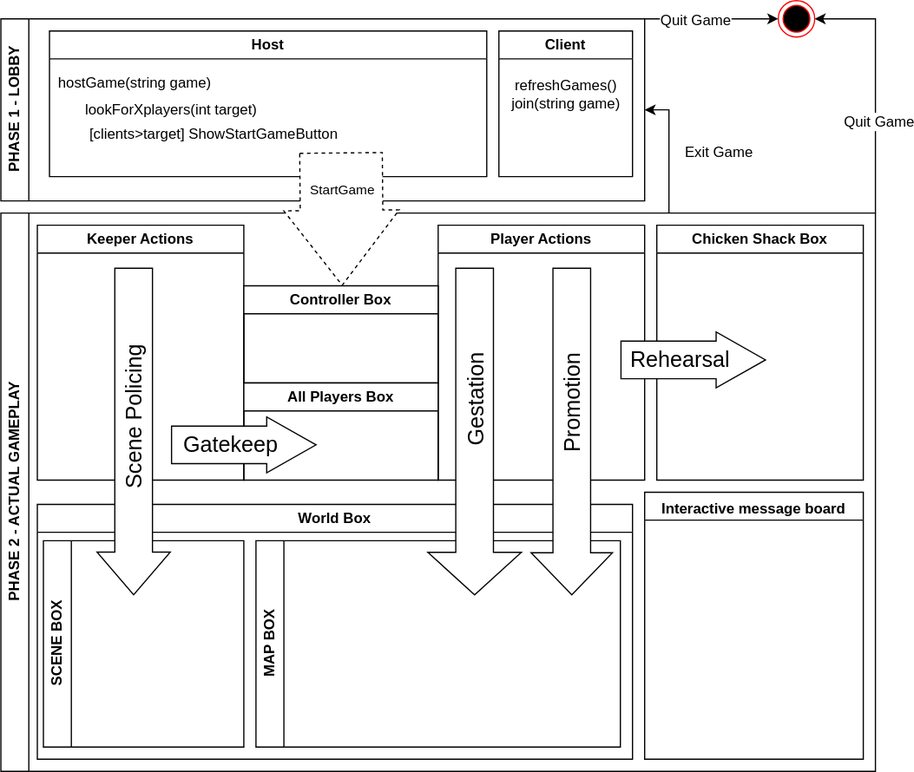
Earlier version of the draw.io export TheProspector/Assets/Schematics/StateMachine.svg (SakuNurmiranta/TheProspector). Source tidied: cells renumbered, new cells last; positions are measured from the earlier drawing's top-left corner, leaving out a move shared by most shapes. Source of this version:
```xml
<mxGraphModel>
  <root>
    <mxCell id="0" />
    <mxCell id="1" parent="0" />
    <mxCell id="2" value="Chicken Shack Box" style="swimlane;whiteSpace=wrap;html=1;" parent="1" vertex="1">
      <mxGeometry x="540" y="185" width="170" height="210" as="geometry" />
    </mxCell>
    <mxCell id="3" style="edgeStyle=orthogonalEdgeStyle;rounded=0;jettySize=auto;html=1;entryX=0;entryY=0.5;entryDx=0;entryDy=0;fontFamily=Helvetica;fontSize=12;fontColor=default;" parent="1" edge="1" source="5" target="39">
      <mxGeometry relative="1" as="geometry">
        <Array as="points">
          <mxPoint x="560" y="15" />
          <mxPoint x="560" y="15" />
        </Array>
      </mxGeometry>
    </mxCell>
    <mxCell id="4" value="Quit Game" style="edgeLabel;html=1;align=center;verticalAlign=middle;fontSize=12;fontFamily=Helvetica;fontColor=default;" parent="3" vertex="1">
      <mxGeometry x="-0.25" y="-1" relative="1" as="geometry" />
    </mxCell>
    <mxCell id="5" value="PHASE 1 - LOBBY" style="swimlane;horizontal=0;whiteSpace=wrap;html=1;" parent="1" vertex="1">
      <mxGeometry y="15" width="530" height="150" as="geometry" />
    </mxCell>
    <mxCell id="6" value="Host" style="swimlane;whiteSpace=wrap;html=1;" parent="5" vertex="1">
      <mxGeometry x="40" y="10" width="360" height="120" as="geometry" />
    </mxCell>
    <mxCell id="7" value="[clients&amp;gt;target] ShowStartGameButton" style="text;html=1;align=center;verticalAlign=middle;strokeColor=none;fillColor=none;" parent="6" vertex="1">
      <mxGeometry x="20" y="70" width="230" height="30" as="geometry" />
    </mxCell>
    <mxCell id="8" value="lookForXplayers(int target)" style="text;html=1;align=center;verticalAlign=middle;strokeColor=none;fillColor=none;" parent="6" vertex="1">
      <mxGeometry x="20" y="50" width="160" height="30" as="geometry" />
    </mxCell>
    <mxCell id="9" value="hostGame(string game)" style="text;html=1;align=center;verticalAlign=middle;strokeColor=none;fillColor=none;" parent="6" vertex="1">
      <mxGeometry x="-5" y="28" width="150" height="30" as="geometry" />
    </mxCell>
    <mxCell id="10" value="Client" style="swimlane;whiteSpace=wrap;html=1;startSize=23;" parent="5" vertex="1">
      <mxGeometry x="410" y="10" width="110" height="120" as="geometry" />
    </mxCell>
    <mxCell id="11" value="join(string game)" style="text;html=1;align=center;verticalAlign=middle;strokeColor=none;fillColor=none;" parent="10" vertex="1">
      <mxGeometry y="45" width="110" height="30" as="geometry" />
    </mxCell>
    <mxCell id="12" value="refreshGames()" style="text;html=1;align=center;verticalAlign=middle;strokeColor=none;fillColor=none;" parent="10" vertex="1">
      <mxGeometry y="30" width="110" height="30" as="geometry" />
    </mxCell>
    <mxCell id="13" style="edgeStyle=orthogonalEdgeStyle;rounded=0;jettySize=auto;html=1;entryX=1;entryY=0.5;entryDx=0;entryDy=0;fontFamily=Helvetica;fontSize=12;fontColor=default;" parent="1" edge="1" source="15" target="5">
      <mxGeometry relative="1" as="geometry">
        <Array as="points">
          <mxPoint x="550" y="90" />
        </Array>
      </mxGeometry>
    </mxCell>
    <mxCell id="14" value="Exit Game" style="edgeLabel;html=1;align=center;verticalAlign=middle;fontSize=12;fontFamily=Helvetica;fontColor=default;" parent="13" vertex="1">
      <mxGeometry x="-0.2" y="2" relative="1" as="geometry">
        <mxPoint x="42" y="-9" as="offset" />
      </mxGeometry>
    </mxCell>
    <mxCell id="15" value="PHASE 2 - ACTUAL GAMEPLAY" style="swimlane;horizontal=0;whiteSpace=wrap;html=1;" parent="1" vertex="1">
      <mxGeometry y="175" width="720" height="460" as="geometry" />
    </mxCell>
    <mxCell id="16" value="Player Actions" style="swimlane;whiteSpace=wrap;html=1;" parent="15" vertex="1">
      <mxGeometry x="360" y="10" width="170" height="210" as="geometry" />
    </mxCell>
    <mxCell id="17" value="World Box" style="swimlane;whiteSpace=wrap;html=1;" parent="15" vertex="1">
      <mxGeometry x="30" y="240" width="490" height="210" as="geometry" />
    </mxCell>
    <mxCell id="18" value="MAP BOX" style="swimlane;horizontal=0;whiteSpace=wrap;html=1;" parent="17" vertex="1">
      <mxGeometry x="180" y="30" width="300" height="170" as="geometry" />
    </mxCell>
    <mxCell id="19" style="shape=flexArrow;endArrow=classic;html=1;rounded=0;endWidth=45;endSize=11.33;width=31;fillColor=default;" parent="18" edge="1">
      <mxGeometry relative="1" as="geometry">
        <mxPoint x="180" y="-225" as="sourcePoint" />
        <mxPoint x="180" y="45" as="targetPoint" />
      </mxGeometry>
    </mxCell>
    <mxCell id="20" value="Gestation" style="edgeLabel;html=1;align=center;verticalAlign=middle;rotation=-90;fontSize=18;" parent="19" vertex="1">
      <mxGeometry x="-0.32" y="1" relative="1" as="geometry">
        <mxPoint y="18" as="offset" />
      </mxGeometry>
    </mxCell>
    <mxCell id="21" style="group;" parent="18" vertex="1">
      <mxGeometry x="260" y="-225" width="8.8" height="270" as="geometry" />
    </mxCell>
    <mxCell id="22" style="shape=flexArrow;endArrow=classic;html=1;rounded=0;endWidth=35;endSize=11.2;width=31;fillColor=default;" parent="21" edge="1">
      <mxGeometry relative="1" as="geometry">
        <mxPoint as="sourcePoint" />
        <mxPoint y="270" as="targetPoint" />
      </mxGeometry>
    </mxCell>
    <mxCell id="23" value="Promotion" style="edgeLabel;html=1;align=center;verticalAlign=middle;rotation=-90;fontSize=18;" parent="21" vertex="1">
      <mxGeometry x="2.8" y="118" as="geometry">
        <mxPoint x="6" y="-3" as="offset" />
      </mxGeometry>
    </mxCell>
    <mxCell id="24" value="SCENE BOX" style="swimlane;horizontal=0;whiteSpace=wrap;html=1;" parent="17" vertex="1">
      <mxGeometry x="5" y="30" width="165" height="170" as="geometry" />
    </mxCell>
    <mxCell id="25" value="Keeper Actions" style="swimlane;whiteSpace=wrap;html=1;" parent="15" vertex="1">
      <mxGeometry x="30" y="10" width="170" height="210" as="geometry" />
    </mxCell>
    <mxCell id="26" style="shape=flexArrow;endArrow=classic;html=1;rounded=0;endWidth=28.333333333333336;endSize=11.391666666666667;width=31;fillColor=default;" parent="25" edge="1">
      <mxGeometry relative="1" as="geometry">
        <mxPoint x="79.3" y="35" as="sourcePoint" />
        <mxPoint x="79.3" y="305" as="targetPoint" />
      </mxGeometry>
    </mxCell>
    <mxCell id="27" value="Scene Policing" style="edgeLabel;html=1;align=center;verticalAlign=middle;rotation=-90;fontSize=18;" parent="26" vertex="1">
      <mxGeometry x="-0.32" y="1" relative="1" as="geometry">
        <mxPoint x="-1" y="32" as="offset" />
      </mxGeometry>
    </mxCell>
    <mxCell id="28" style="shape=flexArrow;endArrow=classic;html=1;rounded=0;fillColor=default;endWidth=26;endSize=20.23;width=68;strokeColor=default;dashed=1;" parent="15" edge="1">
      <mxGeometry relative="1" as="geometry">
        <mxPoint x="280" y="-50" as="sourcePoint" />
        <mxPoint x="281" y="60" as="targetPoint" />
      </mxGeometry>
    </mxCell>
    <mxCell id="29" value="StartGame" style="edgeLabel;html=1;align=center;verticalAlign=middle;" parent="28" vertex="1">
      <mxGeometry x="-0.47" y="-12" relative="1" as="geometry">
        <mxPoint x="12" y="1" as="offset" />
      </mxGeometry>
    </mxCell>
    <mxCell id="30" value="Controller Box" style="swimlane;whiteSpace=wrap;html=1;" parent="15" vertex="1">
      <mxGeometry x="200" y="60" width="160" height="80" as="geometry" />
    </mxCell>
    <mxCell id="31" value="All Players Box" style="swimlane;whiteSpace=wrap;html=1;" parent="15" vertex="1">
      <mxGeometry x="200" y="140" width="160" height="80" as="geometry" />
    </mxCell>
    <mxCell id="32" style="group;" parent="31" vertex="1">
      <mxGeometry x="-60" y="50" width="120" height="1" as="geometry" />
    </mxCell>
    <mxCell id="33" style="shape=flexArrow;endArrow=classic;html=1;rounded=0;endWidth=14;endSize=13.22;width=31;fillColor=default;" parent="32" edge="1">
      <mxGeometry relative="1" as="geometry">
        <mxPoint y="1" as="sourcePoint" />
        <mxPoint x="120" y="1" as="targetPoint" />
      </mxGeometry>
    </mxCell>
    <mxCell id="34" value="Gatekeep" style="edgeLabel;html=1;align=center;verticalAlign=middle;rotation=0;fontSize=18;" parent="32" vertex="1">
      <mxGeometry x="43.3" as="geometry">
        <mxPoint x="5" as="offset" />
      </mxGeometry>
    </mxCell>
    <mxCell id="35" style="group;" parent="15" vertex="1">
      <mxGeometry x="510" y="120" width="120" height="1" as="geometry" />
    </mxCell>
    <mxCell id="36" style="shape=flexArrow;endArrow=classic;html=1;rounded=0;endWidth=14;endSize=13.22;width=31;fillColor=default;" parent="35" edge="1">
      <mxGeometry relative="1" as="geometry">
        <mxPoint y="1" as="sourcePoint" />
        <mxPoint x="120" y="1" as="targetPoint" />
      </mxGeometry>
    </mxCell>
    <mxCell id="37" value="Rehearsal" style="edgeLabel;html=1;align=center;verticalAlign=middle;rotation=0;fontSize=18;" parent="35" vertex="1">
      <mxGeometry x="43.3" as="geometry">
        <mxPoint x="5" as="offset" />
      </mxGeometry>
    </mxCell>
    <mxCell id="38" value="Interactive message board" style="swimlane;whiteSpace=wrap;html=1;align=center;verticalAlign=top;fontFamily=Helvetica;fontSize=12;fontColor=default;fillColor=none;gradientColor=none;" parent="15" vertex="1">
      <mxGeometry x="530" y="230" width="180" height="220" as="geometry" />
    </mxCell>
    <mxCell id="39" style="ellipse;html=1;shape=endState;fillColor=#000000;strokeColor=#ff0000;align=center;verticalAlign=top;fontFamily=Helvetica;fontSize=12;fontColor=default;" parent="1" vertex="1">
      <mxGeometry x="640" width="30" height="30" as="geometry" />
    </mxCell>
    <mxCell id="40" style="edgeStyle=orthogonalEdgeStyle;rounded=0;jettySize=auto;html=1;entryX=1;entryY=0.5;entryDx=0;entryDy=0;fontFamily=Helvetica;fontSize=12;fontColor=default;" parent="1" edge="1" source="15" target="39">
      <mxGeometry relative="1" as="geometry">
        <Array as="points">
          <mxPoint x="720" y="15" />
        </Array>
      </mxGeometry>
    </mxCell>
    <mxCell id="41" value="Quit Game" style="edgeLabel;html=1;align=center;verticalAlign=middle;fontSize=12;fontFamily=Helvetica;fontColor=default;" parent="40" vertex="1">
      <mxGeometry x="-0.28" y="-2" relative="1" as="geometry" />
    </mxCell>
  </root>
</mxGraphModel>
```
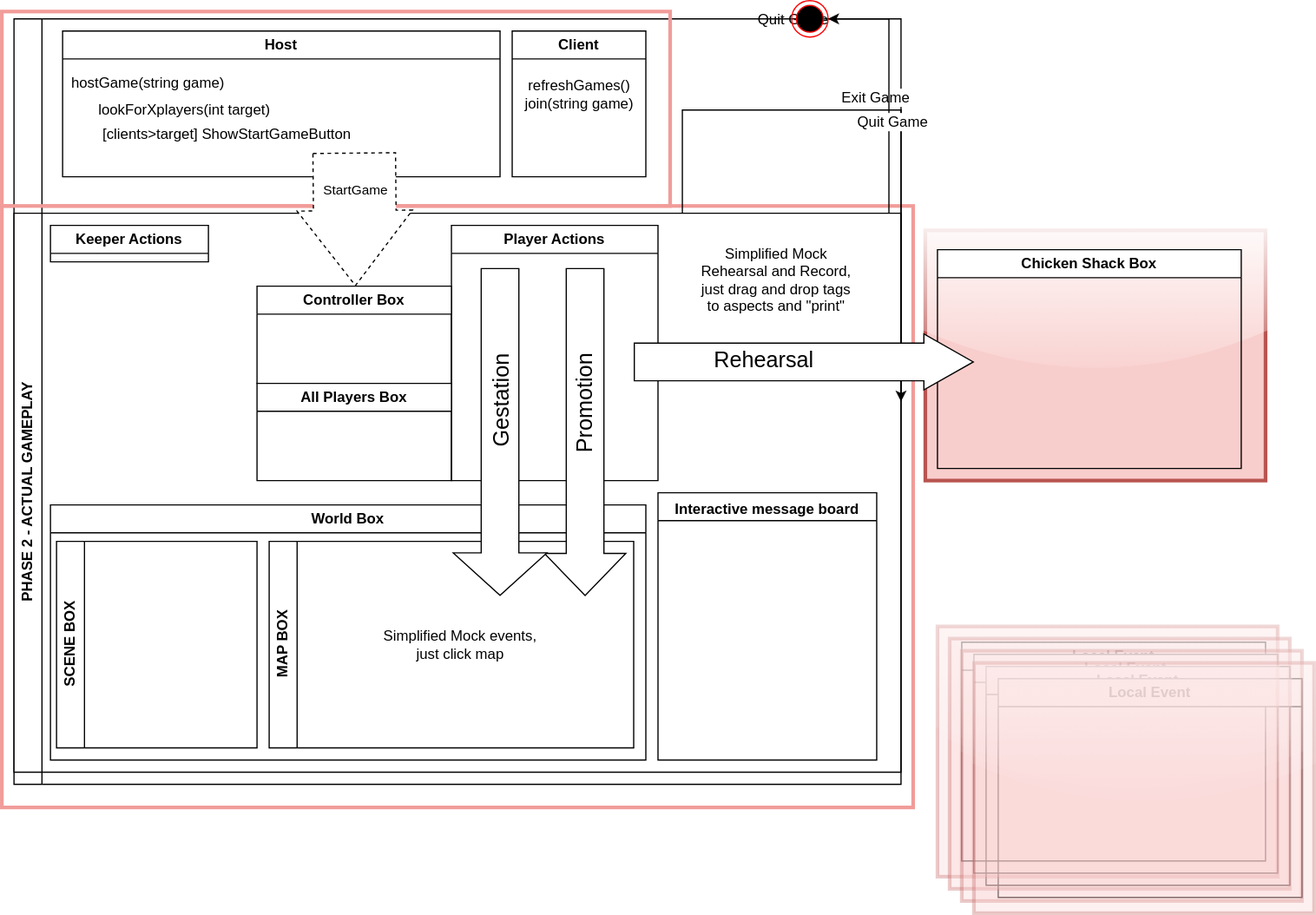
The same diagram one commit later.

The edit, as a diff of the source:
```diff
@@ -2,8 +2,14 @@
   <root>
     <mxCell id="0" />
     <mxCell id="1" parent="0" />
+    <mxCell id="42" style="rounded=0;whiteSpace=wrap;html=1;fillColor=#f8cecc;strokeColor=#b85450;strokeWidth=3;glass=1;" parent="1" vertex="1">
+      <mxGeometry x="750" y="189" width="280" height="206" as="geometry" />
+    </mxCell>
+    <mxCell id="43" style="rounded=0;whiteSpace=wrap;html=1;fillColor=none;strokeColor=#F19C99;strokeWidth=3;" parent="1" vertex="1">
+      <mxGeometry x="-10" y="169" width="750" height="495" as="geometry" />
+    </mxCell>
     <mxCell id="2" value="Chicken Shack Box" style="swimlane;whiteSpace=wrap;html=1;" parent="1" vertex="1">
-      <mxGeometry x="540" y="185" width="170" height="210" as="geometry" />
+      <mxGeometry x="760" y="205" width="250" height="180" as="geometry" />
     </mxCell>
     <mxCell id="3" style="edgeStyle=orthogonalEdgeStyle;rounded=0;jettySize=auto;html=1;entryX=0;entryY=0.5;entryDx=0;entryDy=0;fontFamily=Helvetica;fontSize=12;fontColor=default;" parent="1" edge="1" source="5" target="39">
       <mxGeometry relative="1" as="geometry">
@@ -17,8 +23,11 @@
       <mxGeometry x="-0.25" y="-1" relative="1" as="geometry" />
     </mxCell>
     <mxCell id="5" value="PHASE 1 - LOBBY" style="swimlane;horizontal=0;whiteSpace=wrap;html=1;" parent="1" vertex="1">
-      <mxGeometry y="15" width="530" height="150" as="geometry" />
+      <mxGeometry y="15" width="730" height="630" as="geometry" />
     </mxCell>
+    <mxCell id="44" style="rounded=0;whiteSpace=wrap;html=1;fillColor=none;strokeColor=#F19C99;strokeWidth=3;" parent="5" vertex="1">
+      <mxGeometry x="-10" y="-6" width="550" height="160" as="geometry" />
+    </mxCell>
     <mxCell id="6" value="Host" style="swimlane;whiteSpace=wrap;html=1;" parent="5" vertex="1">
       <mxGeometry x="40" y="10" width="360" height="120" as="geometry" />
     </mxCell>
@@ -53,7 +62,7 @@
       </mxGeometry>
     </mxCell>
     <mxCell id="15" value="PHASE 2 - ACTUAL GAMEPLAY" style="swimlane;horizontal=0;whiteSpace=wrap;html=1;" parent="1" vertex="1">
-      <mxGeometry y="175" width="720" height="460" as="geometry" />
+      <mxGeometry y="175" width="730" height="460" as="geometry" />
     </mxCell>
     <mxCell id="16" value="Player Actions" style="swimlane;whiteSpace=wrap;html=1;" parent="15" vertex="1">
       <mxGeometry x="360" y="10" width="170" height="210" as="geometry" />
@@ -64,17 +73,6 @@
     <mxCell id="18" value="MAP BOX" style="swimlane;horizontal=0;whiteSpace=wrap;html=1;" parent="17" vertex="1">
       <mxGeometry x="180" y="30" width="300" height="170" as="geometry" />
     </mxCell>
-    <mxCell id="19" style="shape=flexArrow;endArrow=classic;html=1;rounded=0;endWidth=45;endSize=11.33;width=31;fillColor=default;" parent="18" edge="1">
-      <mxGeometry relative="1" as="geometry">
-        <mxPoint x="180" y="-225" as="sourcePoint" />
-        <mxPoint x="180" y="45" as="targetPoint" />
-      </mxGeometry>
-    </mxCell>
-    <mxCell id="20" value="Gestation" style="edgeLabel;html=1;align=center;verticalAlign=middle;rotation=-90;fontSize=18;" parent="19" vertex="1">
-      <mxGeometry x="-0.32" y="1" relative="1" as="geometry">
-        <mxPoint y="18" as="offset" />
-      </mxGeometry>
-    </mxCell>
     <mxCell id="21" style="group;" parent="18" vertex="1">
       <mxGeometry x="260" y="-225" width="8.8" height="270" as="geometry" />
     </mxCell>
@@ -89,23 +87,15 @@
         <mxPoint x="6" y="-3" as="offset" />
       </mxGeometry>
     </mxCell>
+    <mxCell id="45" value="Simplified Mock events, just click map" style="text;html=1;strokeColor=none;fillColor=none;align=center;verticalAlign=middle;whiteSpace=wrap;rounded=0;" parent="18" vertex="1">
+      <mxGeometry x="90" y="70" width="135" height="30" as="geometry" />
+    </mxCell>
     <mxCell id="24" value="SCENE BOX" style="swimlane;horizontal=0;whiteSpace=wrap;html=1;" parent="17" vertex="1">
       <mxGeometry x="5" y="30" width="165" height="170" as="geometry" />
     </mxCell>
-    <mxCell id="25" value="Keeper Actions" style="swimlane;whiteSpace=wrap;html=1;" parent="15" vertex="1">
-      <mxGeometry x="30" y="10" width="170" height="210" as="geometry" />
+    <mxCell id="25" value="Keeper Actions" style="swimlane;whiteSpace=wrap;html=1;" parent="15" vertex="1" collapsed="1">
+      <mxGeometry x="30" y="10" width="130" height="30" as="geometry" />
     </mxCell>
-    <mxCell id="26" style="shape=flexArrow;endArrow=classic;html=1;rounded=0;endWidth=28.333333333333336;endSize=11.391666666666667;width=31;fillColor=default;" parent="25" edge="1">
-      <mxGeometry relative="1" as="geometry">
-        <mxPoint x="79.3" y="35" as="sourcePoint" />
-        <mxPoint x="79.3" y="305" as="targetPoint" />
-      </mxGeometry>
-    </mxCell>
-    <mxCell id="27" value="Scene Policing" style="edgeLabel;html=1;align=center;verticalAlign=middle;rotation=-90;fontSize=18;" parent="26" vertex="1">
-      <mxGeometry x="-0.32" y="1" relative="1" as="geometry">
-        <mxPoint x="-1" y="32" as="offset" />
-      </mxGeometry>
-    </mxCell>
     <mxCell id="28" style="shape=flexArrow;endArrow=classic;html=1;rounded=0;fillColor=default;endWidth=26;endSize=20.23;width=68;strokeColor=default;dashed=1;" parent="15" edge="1">
       <mxGeometry relative="1" as="geometry">
         <mxPoint x="280" y="-50" as="sourcePoint" />
@@ -123,37 +113,37 @@
     <mxCell id="31" value="All Players Box" style="swimlane;whiteSpace=wrap;html=1;" parent="15" vertex="1">
       <mxGeometry x="200" y="140" width="160" height="80" as="geometry" />
     </mxCell>
-    <mxCell id="32" style="group;" parent="31" vertex="1">
-      <mxGeometry x="-60" y="50" width="120" height="1" as="geometry" />
-    </mxCell>
-    <mxCell id="33" style="shape=flexArrow;endArrow=classic;html=1;rounded=0;endWidth=14;endSize=13.22;width=31;fillColor=default;" parent="32" edge="1">
-      <mxGeometry relative="1" as="geometry">
-        <mxPoint y="1" as="sourcePoint" />
-        <mxPoint x="120" y="1" as="targetPoint" />
-      </mxGeometry>
-    </mxCell>
-    <mxCell id="34" value="Gatekeep" style="edgeLabel;html=1;align=center;verticalAlign=middle;rotation=0;fontSize=18;" parent="32" vertex="1">
-      <mxGeometry x="43.3" as="geometry">
-        <mxPoint x="5" as="offset" />
-      </mxGeometry>
-    </mxCell>
     <mxCell id="35" style="group;" parent="15" vertex="1">
-      <mxGeometry x="510" y="120" width="120" height="1" as="geometry" />
+      <mxGeometry x="510" y="120" width="280" height="2.3" as="geometry" />
     </mxCell>
     <mxCell id="36" style="shape=flexArrow;endArrow=classic;html=1;rounded=0;endWidth=14;endSize=13.22;width=31;fillColor=default;" parent="35" edge="1">
       <mxGeometry relative="1" as="geometry">
-        <mxPoint y="1" as="sourcePoint" />
-        <mxPoint x="120" y="1" as="targetPoint" />
+        <mxPoint y="2.3" as="sourcePoint" />
+        <mxPoint x="280" y="2.3" as="targetPoint" />
       </mxGeometry>
     </mxCell>
     <mxCell id="37" value="Rehearsal" style="edgeLabel;html=1;align=center;verticalAlign=middle;rotation=0;fontSize=18;" parent="35" vertex="1">
-      <mxGeometry x="43.3" as="geometry">
+      <mxGeometry x="101" as="geometry">
         <mxPoint x="5" as="offset" />
       </mxGeometry>
     </mxCell>
     <mxCell id="38" value="Interactive message board" style="swimlane;whiteSpace=wrap;html=1;align=center;verticalAlign=top;fontFamily=Helvetica;fontSize=12;fontColor=default;fillColor=none;gradientColor=none;" parent="15" vertex="1">
       <mxGeometry x="530" y="230" width="180" height="220" as="geometry" />
     </mxCell>
+    <mxCell id="46" value="Simplified Mock Rehearsal and Record,&lt;br&gt;just drag and drop tags to aspects and &quot;print&quot;" style="text;html=1;strokeColor=none;fillColor=none;align=center;verticalAlign=middle;whiteSpace=wrap;rounded=0;" parent="15" vertex="1">
+      <mxGeometry x="560" y="40" width="135" height="30" as="geometry" />
+    </mxCell>
+    <mxCell id="19" style="shape=flexArrow;endArrow=classic;html=1;rounded=0;endWidth=45;endSize=11.33;width=31;fillColor=default;" parent="15" edge="1">
+      <mxGeometry relative="1" as="geometry">
+        <mxPoint x="400" y="45" as="sourcePoint" />
+        <mxPoint x="400" y="315" as="targetPoint" />
+      </mxGeometry>
+    </mxCell>
+    <mxCell id="20" value="Gestation" style="edgeLabel;html=1;align=center;verticalAlign=middle;rotation=-90;fontSize=18;" parent="19" vertex="1">
+      <mxGeometry x="-0.32" y="1" relative="1" as="geometry">
+        <mxPoint y="18" as="offset" />
+      </mxGeometry>
+    </mxCell>
     <mxCell id="39" style="ellipse;html=1;shape=endState;fillColor=#000000;strokeColor=#ff0000;align=center;verticalAlign=top;fontFamily=Helvetica;fontSize=12;fontColor=default;" parent="1" vertex="1">
       <mxGeometry x="640" width="30" height="30" as="geometry" />
     </mxCell>
@@ -167,5 +157,29 @@
     <mxCell id="41" value="Quit Game" style="edgeLabel;html=1;align=center;verticalAlign=middle;fontSize=12;fontFamily=Helvetica;fontColor=default;" parent="40" vertex="1">
       <mxGeometry x="-0.28" y="-2" relative="1" as="geometry" />
     </mxCell>
+    <mxCell id="47" value="Local Event" style="swimlane;whiteSpace=wrap;html=1;" parent="1" vertex="1">
+      <mxGeometry x="780" y="528" width="250" height="180" as="geometry" />
+    </mxCell>
+    <mxCell id="48" value="Local Event" style="swimlane;whiteSpace=wrap;html=1;" parent="1" vertex="1">
+      <mxGeometry x="790" y="538" width="250" height="180" as="geometry" />
+    </mxCell>
+    <mxCell id="49" value="Local Event" style="swimlane;whiteSpace=wrap;html=1;" parent="1" vertex="1">
+      <mxGeometry x="800" y="548" width="250" height="180" as="geometry" />
+    </mxCell>
+    <mxCell id="50" value="Local Event" style="swimlane;whiteSpace=wrap;html=1;" parent="1" vertex="1">
+      <mxGeometry x="810" y="558" width="250" height="180" as="geometry" />
+    </mxCell>
+    <mxCell id="51" style="rounded=0;whiteSpace=wrap;html=1;fillColor=#f8cecc;strokeColor=#b85450;strokeWidth=3;glass=1;opacity=30;" parent="50" vertex="1">
+      <mxGeometry x="-50" y="-43" width="280" height="206" as="geometry" />
+    </mxCell>
+    <mxCell id="52" style="rounded=0;whiteSpace=wrap;html=1;fillColor=#f8cecc;strokeColor=#b85450;strokeWidth=3;glass=1;opacity=30;" parent="1" vertex="1">
+      <mxGeometry x="770" y="525" width="280" height="206" as="geometry" />
+    </mxCell>
+    <mxCell id="53" style="rounded=0;whiteSpace=wrap;html=1;fillColor=#f8cecc;strokeColor=#b85450;strokeWidth=3;glass=1;opacity=30;" parent="1" vertex="1">
+      <mxGeometry x="780" y="535" width="280" height="206" as="geometry" />
+    </mxCell>
+    <mxCell id="54" style="rounded=0;whiteSpace=wrap;html=1;fillColor=#f8cecc;strokeColor=#b85450;strokeWidth=3;glass=1;opacity=30;" parent="1" vertex="1">
+      <mxGeometry x="790" y="545" width="280" height="206" as="geometry" />
+    </mxCell>
   </root>
 </mxGraphModel>
```
